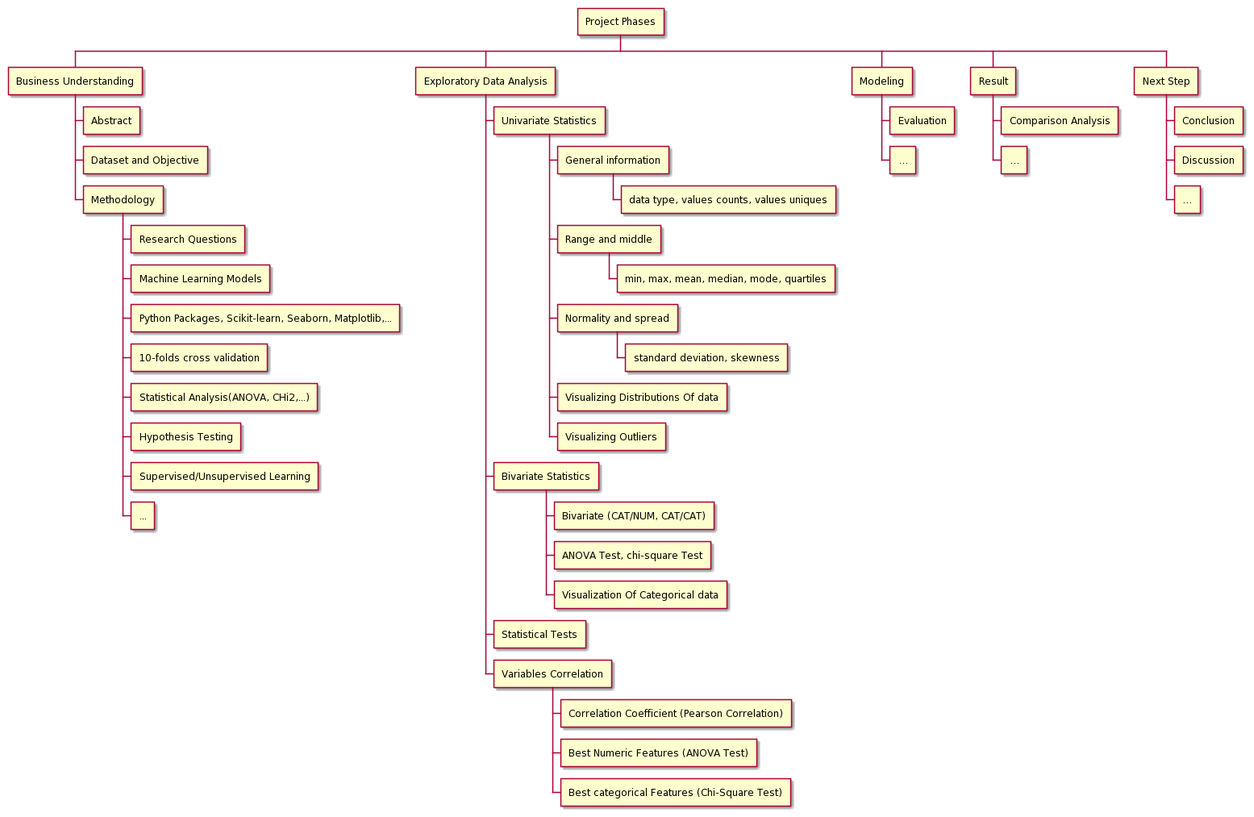
Before: Project Phases Graph.png, a diagram exported from PlantUML (masram-ml/rpstry-bdap-occup-estmt-).
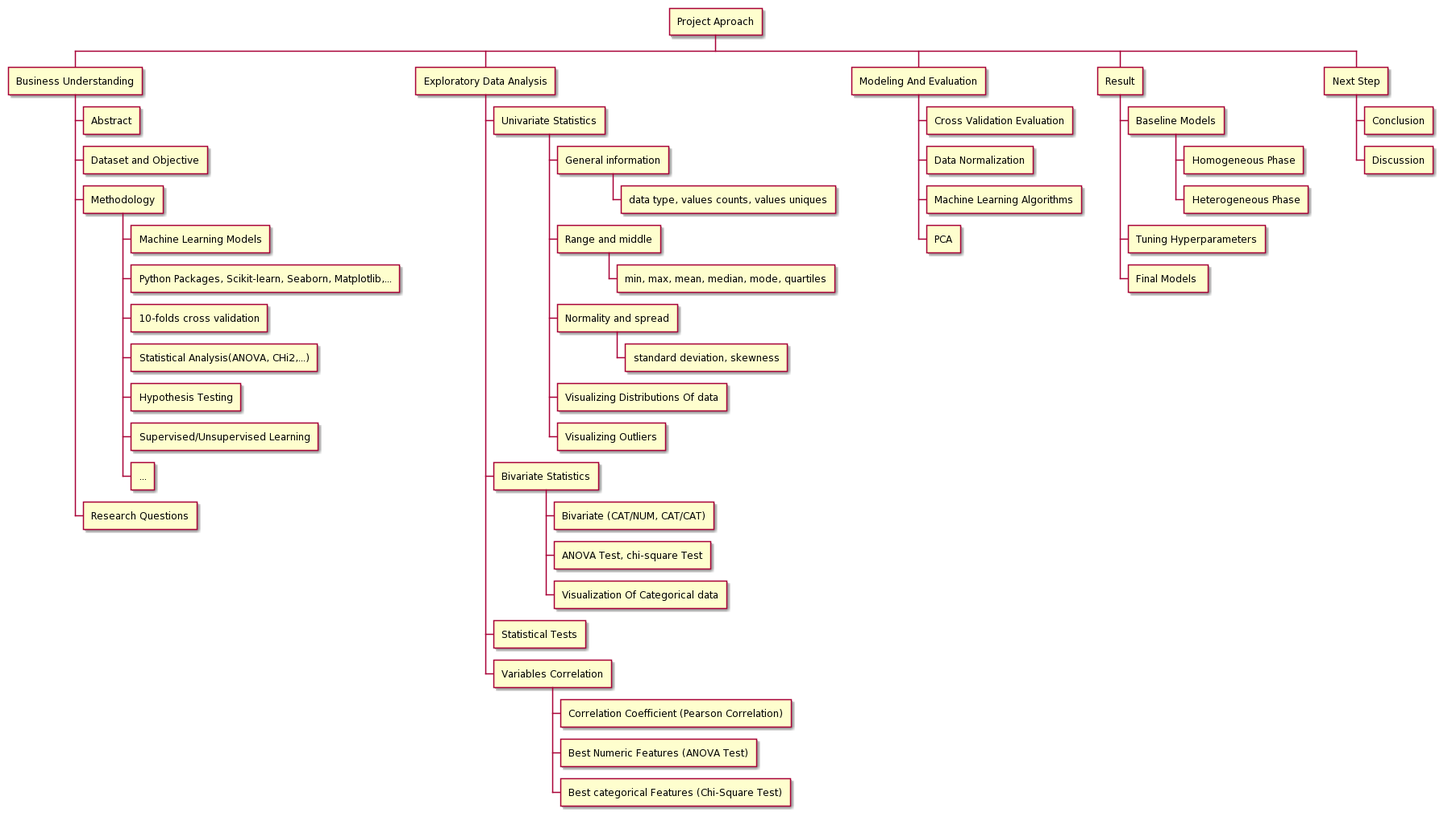
The same diagram one commit later.

Commit message:
data folder

Diff of the diagram source:
```diff
@@ -2,12 +2,11 @@
 
 skin rose
 
-* Project Phases
+* Project Aproach
 ** Business Understanding
 *** Abstract
 *** Dataset and Objective
 *** Methodology
-**** Research Questions
 **** Machine Learning Models
 **** Python Packages, Scikit-learn, Seaborn, Matplotlib,...
 **** 10-folds cross validation
@@ -15,6 +14,7 @@
 **** Hypothesis Testing
 **** Supervised/Unsupervised Learning
 **** ...
+*** Research Questions
 ** Exploratory Data Analysis
 *** Univariate Statistics
 **** General information
@@ -34,14 +34,18 @@
 **** Correlation Coefficient (Pearson Correlation)
 **** Best Numeric Features (ANOVA Test)
 **** Best categorical Features (Chi-Square Test)
-** Modeling
-*** Evaluation
-*** …
+** Modeling And Evaluation
+*** Cross Validation Evaluation
+*** Data Normalization
+*** Machine Learning Algorithms
+*** PCA
 ** Result
-*** Comparison Analysis
-*** …
+*** Baseline Models
+**** Homogeneous Phase
+**** Heterogeneous Phase
+*** Tuning Hyperparameters
+*** Final Models
 ** Next Step
 *** Conclusion
 *** Discussion
-*** …
 @endwbs
```
